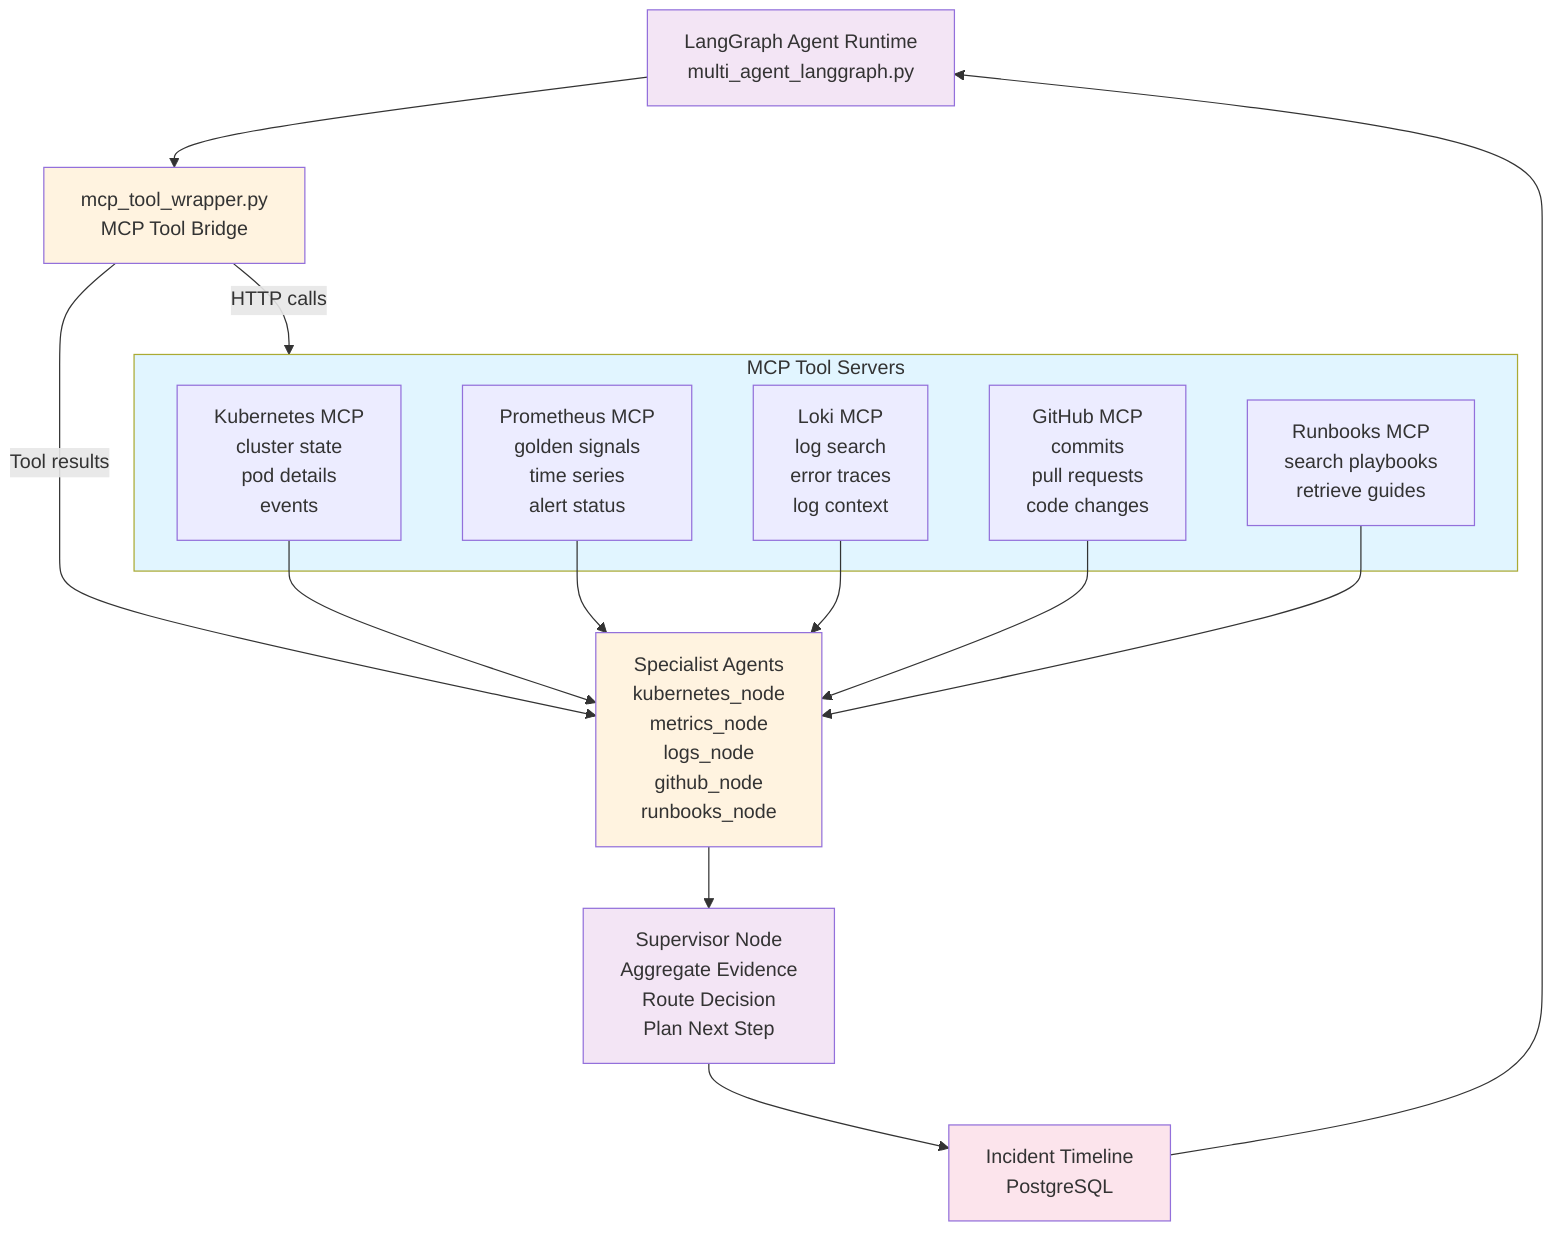
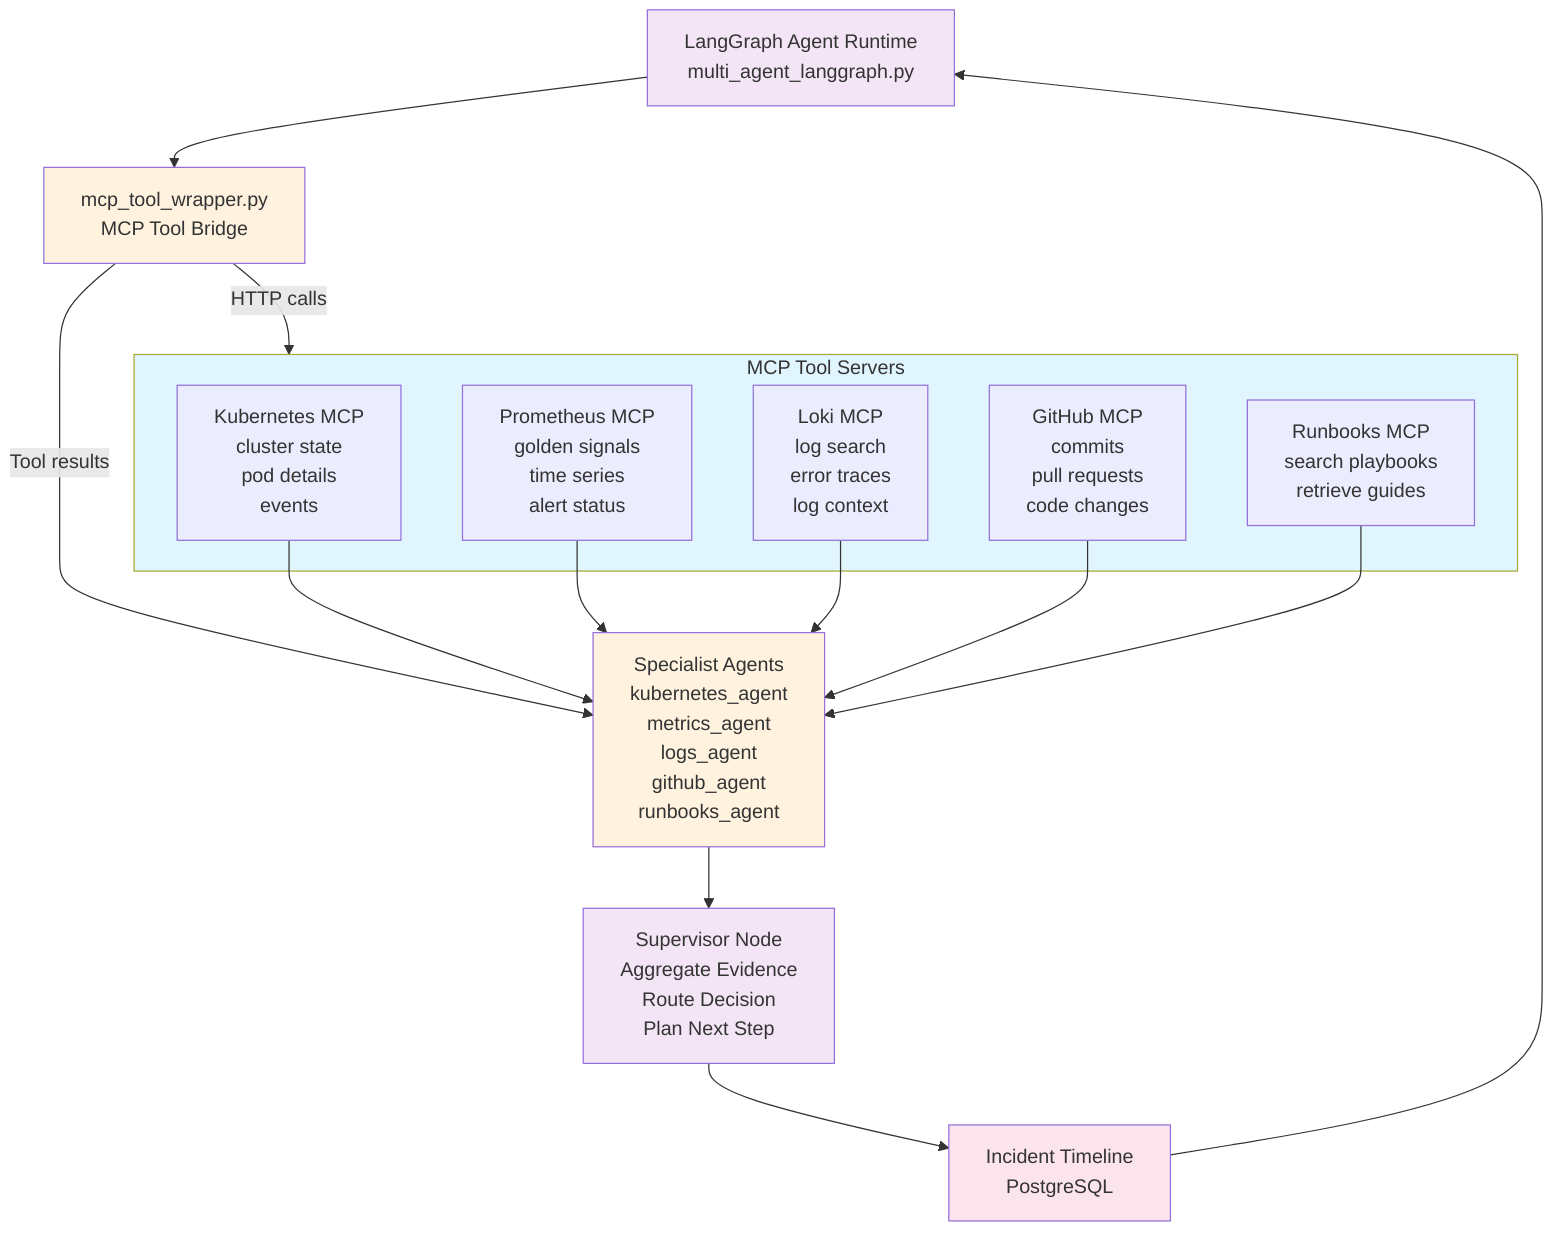
flowchart TD
    Agent["LangGraph Agent Runtime<br/>multi_agent_langgraph.py"]

    MP["mcp_tool_wrapper.py<br/>MCP Tool Bridge"]

    subgraph MCPServers["MCP Tool Servers"]
        K8S["Kubernetes MCP<br/>cluster state<br/>pod details<br/>events"]
        PR["Prometheus MCP<br/>golden signals<br/>time series<br/>alert status"]
        LK["Loki MCP<br/>log search<br/>error traces<br/>log context"]
        GH["GitHub MCP<br/>commits<br/>pull requests<br/>code changes"]
        RB["Runbooks MCP<br/>search playbooks<br/>retrieve guides"]
    end

-     Specialists["Specialist Agents<br/>kubernetes_node<br/>metrics_node<br/>logs_node<br/>github_node<br/>runbooks_node"]
+     Specialists["Specialist Agents<br/>kubernetes_agent<br/>metrics_agent<br/>logs_agent<br/>github_agent<br/>runbooks_agent"]

    Supervisor["Supervisor Node<br/>Aggregate Evidence<br/>Route Decision<br/>Plan Next Step"]

    State["Incident Timeline<br/>PostgreSQL"]

    Agent --> MP
    MP -->|HTTP calls| MCPServers
    MP -->|Tool results| Specialists
    K8S --> Specialists
    PR --> Specialists
    LK --> Specialists
    GH --> Specialists
    RB --> Specialists
    Specialists --> Supervisor
    Supervisor --> State
    State --> Agent

    style Agent fill:#f3e5f5
    style MP fill:#fff3e0
    style MCPServers fill:#e1f5ff
    style Specialists fill:#fff3e0
    style Supervisor fill:#f3e5f5
    style State fill:#fce4ec
